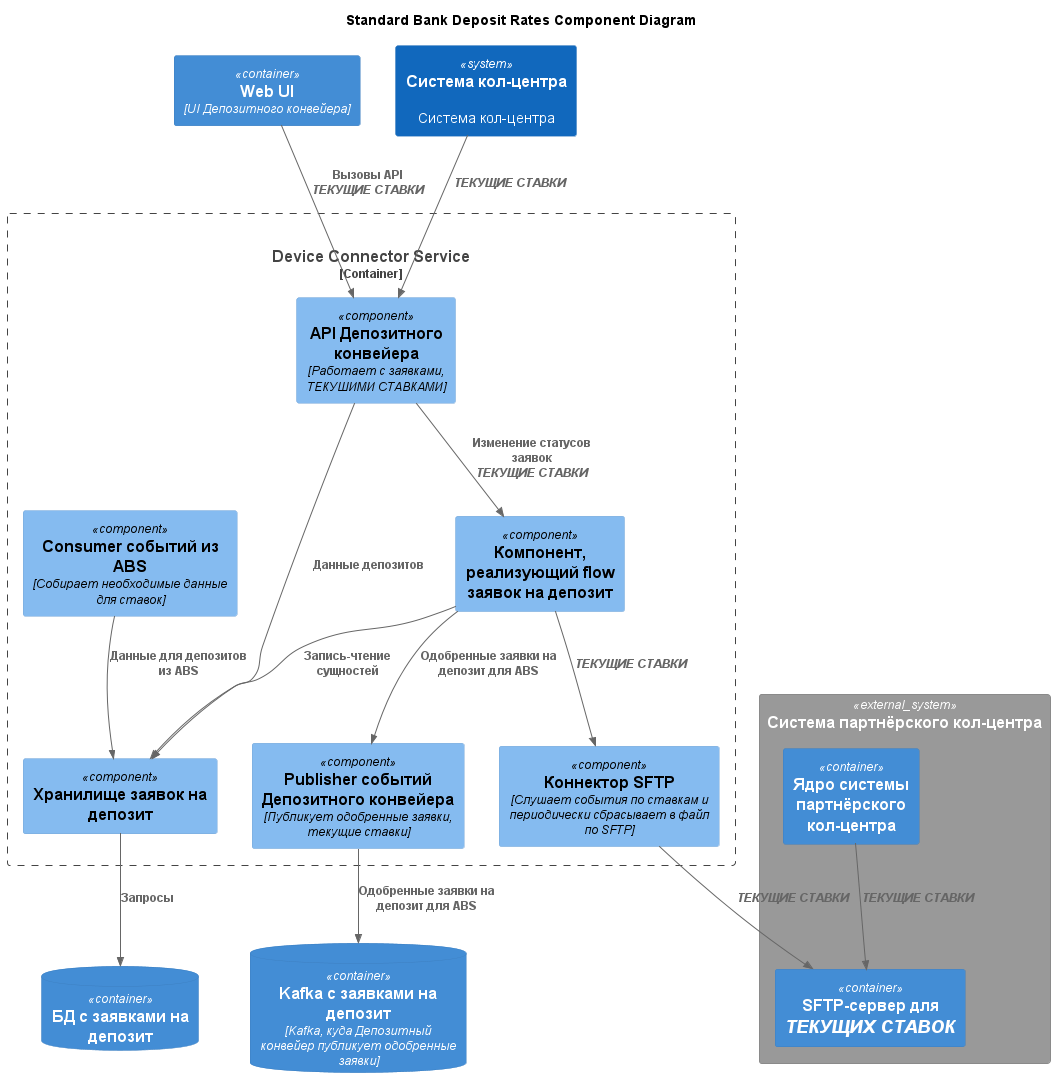
This is schemas/png/Task4/StandardComponent.png from El-76/architect-standard, a PlantUML export, as it was before one commit. Its diagram source:
```plantuml
@startuml StandardComponent

title Standard Bank Deposit Rates Component Diagram

!include <C4/C4_Component>

Container(DepositConveyorUI, "Web UI", "UI Депозитного конвейера")

Container_Boundary(DepositRepositoryService, "Device Connector Service", "Service", "Handles user interactions and system management") {
    Component(DepositRepositoryAPI, "API Депозитного конвейера", "Работает с заявками, <i>ТЕКУШИМИ СТАВКАМИ</i>")
    Component(ABSEventsListener, "Consumer событий из ABS", "Собирает необходимые данные для ставок")
    Component(DepositEventsPublisher, "Publisher событий Депозитного конвейера", "Публикует одобренные заявки, текущие ставки")
    Component(DepositRatesSFTPExporter, "Коннектор SFTP", "Слушает события по ставкам и периодически сбрасывает в файл по SFTP")
    Component(DepositStorage, "Хранилище заявок на депозит")
    Component(DepositFlowComponent, "Компонент, реализующий flow заявок на депозит")

    Rel(ABSEventsListener, DepositStorage, "Данные для депозитов из ABS")
    Rel(DepositFlowComponent, DepositStorage, "Запись-чтение сущностей")
    Rel(DepositRepositoryAPI, DepositFlowComponent, "Изменение статусов заявок\n<i>ТЕКУЩИЕ СТАВКИ</i>")
    Rel(DepositRepositoryAPI, DepositStorage, "Данные депозитов")

    Rel(DepositFlowComponent, DepositEventsPublisher, "Одобренные заявки на депозит для ABS")
    Rel(DepositFlowComponent, DepositRatesSFTPExporter, "<i>ТЕКУЩИЕ СТАВКИ</i>")
}

Rel(DepositConveyorUI, DepositRepositoryAPI, "Вызовы API\n<i>ТЕКУЩИЕ СТАВКИ</i>")

ContainerDb(DepositRepositoryDatabase, "БД с заявками на депозит")

Rel(DepositStorage, DepositRepositoryDatabase, "Запросы")

ContainerDb(DepositMessageQueuee, "Kafka с заявками на депозит", "Kafka, куда Депозитный конвейер публикует одобренные заявки")

Rel(DepositEventsPublisher, DepositMessageQueuee, "Одобренные заявки на депозит для ABS")

System(CRM, "Система кол-центра","Система кол-центра")

Rel(CRM, DepositRepositoryAPI, "<i>ТЕКУЩИЕ СТАВКИ</i>")

System_Ext(PartnerCRM, "Система партнёрского кол-центра") {
    Container(PartnerCRMCore, "Ядро системы партнёрского кол-центра")
    Container(PartnerCRMSFTPServer, "SFTP-сервер для <i>ТЕКУЩИХ СТАВОК</i>")

    Rel(PartnerCRMCore, PartnerCRMSFTPServer, "<i>ТЕКУЩИЕ СТАВКИ</i>")
}

Rel(DepositRatesSFTPExporter, PartnerCRMSFTPServer, "<i>ТЕКУЩИЕ СТАВКИ</i>")

@enduml
```
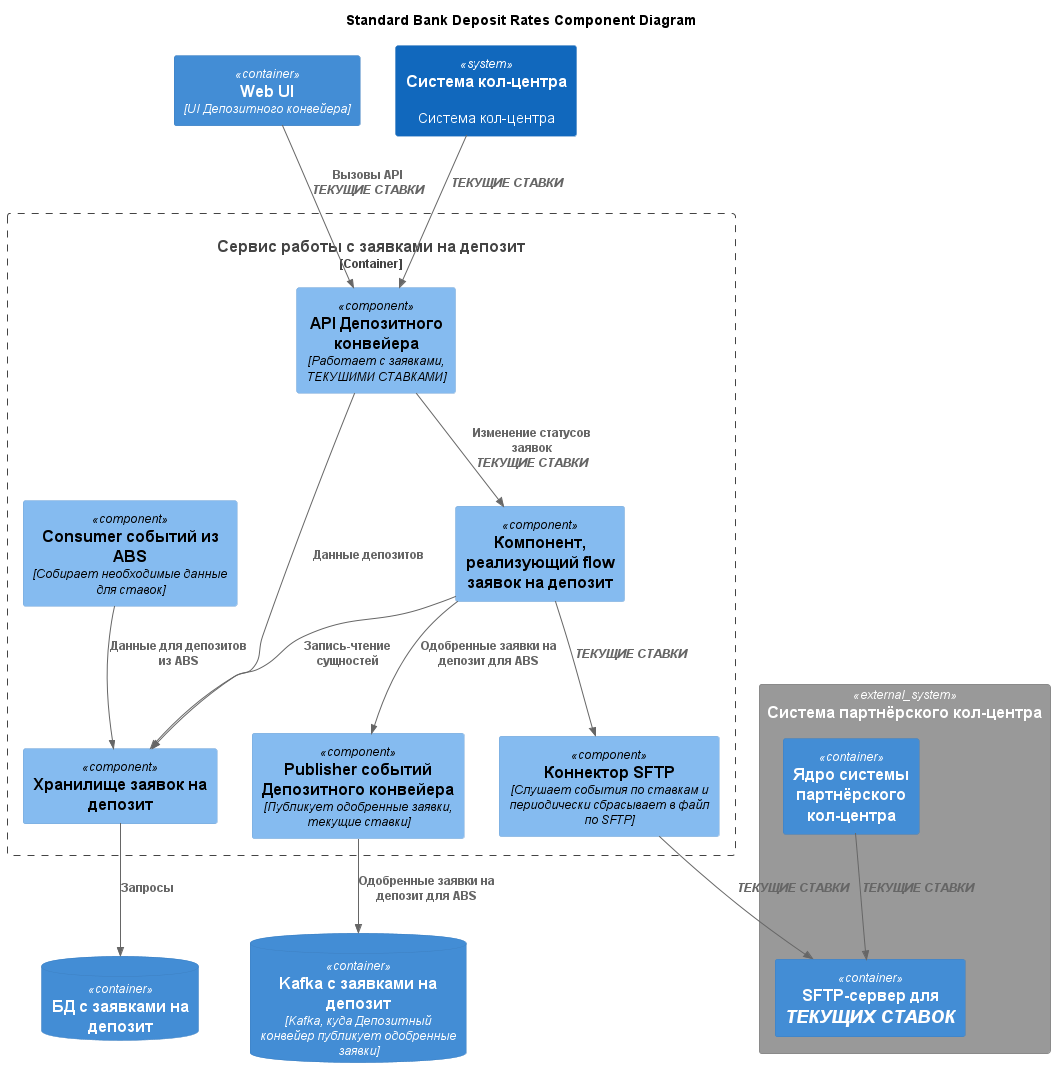
Later version of the same file.

Commit message:
Regenerate pngs

The edit, as a diff of the source:
```diff
@@ -6,7 +6,7 @@
 
 Container(DepositConveyorUI, "Web UI", "UI Депозитного конвейера")
 
-Container_Boundary(DepositRepositoryService, "Device Connector Service", "Service", "Handles user interactions and system management") {
+Container_Boundary(DepositRepositoryService, "Сервис работы с заявками на депозит") {
     Component(DepositRepositoryAPI, "API Депозитного конвейера", "Работает с заявками, <i>ТЕКУШИМИ СТАВКАМИ</i>")
     Component(ABSEventsListener, "Consumer событий из ABS", "Собирает необходимые данные для ставок")
     Component(DepositEventsPublisher, "Publisher событий Депозитного конвейера", "Публикует одобренные заявки, текущие ставки")
```
